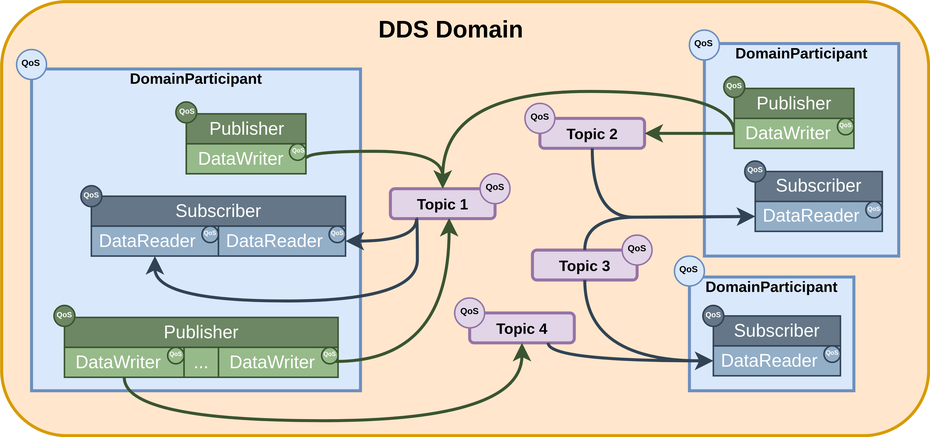
Earlier version of the draw.io export docs/01-figures/fast_dds/getting_started/dds_domain.svg (eProsima/Fast-DDS-docs). Source tidied: cells renumbered, new cells last; positions are measured from the earlier drawing's top-left corner, leaving out a move shared by most shapes.
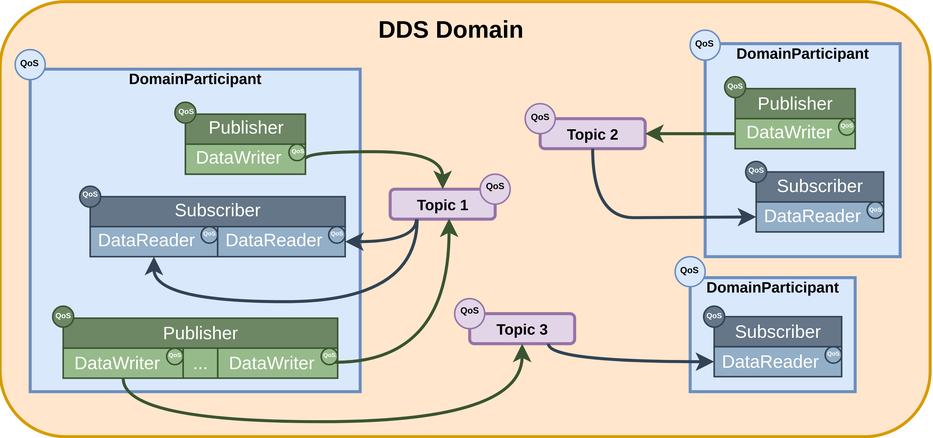
The same diagram one commit later.

Commit message:
Minor changes in Getting Started Section (#1098)

* Removed duplicated cmake command and added reminder of updating LD_LIBRARY_PATH in the getting started Python example


* Updating DDS Domain image to make (writer_or_reader)-topic relation 1 to 1


* Image from previous commit was too small


* Update docs/fastdds/getting_started/simple_python_app/includes/dataType.rst


* Splitting longer lines as requested by CI


* minor fix to pass spell tests


---------

Change to the diagram source:
```diff
@@ -17,12 +17,9 @@
     <mxCell id="6" value="&lt;div style=&quot;font-size: 10px;&quot;&gt;&lt;b style=&quot;font-size: 10px;&quot;&gt;Topic 1&lt;/b&gt;&lt;/div&gt;" style="rounded=1;whiteSpace=wrap;html=1;fillColor=#e1d5e7;strokeColor=#9673a6;strokeWidth=2;fontSize=10;" parent="1" vertex="1">
       <mxGeometry x="260" y="125" width="70" height="20" as="geometry" />
     </mxCell>
-    <mxCell id="7" value="&lt;div style=&quot;font-size: 10px&quot;&gt;&lt;font style=&quot;font-size: 10px&quot;&gt;&lt;b&gt;Topic 4&lt;/b&gt;&lt;/font&gt;&lt;/div&gt;" style="rounded=1;whiteSpace=wrap;html=1;fillColor=#e1d5e7;strokeColor=#9673a6;strokeWidth=2;" parent="1" vertex="1">
+    <mxCell id="7" value="&lt;div style=&quot;font-size: 10px&quot;&gt;&lt;font style=&quot;font-size: 10px&quot;&gt;&lt;b&gt;Topic 3&lt;/b&gt;&lt;/font&gt;&lt;/div&gt;" style="rounded=1;whiteSpace=wrap;html=1;fillColor=#e1d5e7;strokeColor=#9673a6;strokeWidth=2;" parent="1" vertex="1">
       <mxGeometry x="313" y="208" width="70" height="20" as="geometry" />
     </mxCell>
-    <mxCell id="8" value="&lt;div style=&quot;font-size: 10px;&quot;&gt;&lt;b style=&quot;font-size: 10px;&quot;&gt;Topic 3&lt;/b&gt;&lt;br style=&quot;font-size: 10px;&quot;&gt;&lt;/div&gt;" style="rounded=1;whiteSpace=wrap;html=1;fillColor=#e1d5e7;strokeColor=#9673a6;strokeWidth=2;fontSize=10;" parent="1" vertex="1">
-      <mxGeometry x="355" y="166" width="70" height="20" as="geometry" />
-    </mxCell>
     <mxCell id="9" value="&lt;div style=&quot;font-size: 10px;&quot;&gt;&lt;b style=&quot;font-size: 10px;&quot;&gt;Topic 2&lt;/b&gt;&lt;/div&gt;" style="rounded=1;whiteSpace=wrap;html=1;fillColor=#e1d5e7;strokeColor=#9673a6;strokeWidth=2;fontSize=10;" parent="1" vertex="1">
       <mxGeometry x="360" y="78" width="70" height="20" as="geometry" />
     </mxCell>
@@ -48,32 +45,9 @@
         </Array>
       </mxGeometry>
     </mxCell>
-    <mxCell id="13" style="edgeStyle=orthogonalEdgeStyle;rounded=0;jettySize=auto;html=1;exitX=0.5;exitY=1;exitDx=0;exitDy=0;entryX=0;entryY=0.5;entryDx=0;entryDy=0;startArrow=none;startFill=0;endArrow=classic;endFill=1;strokeColor=#314354;curved=1;strokeWidth=2;" parent="1" edge="1" source="8" target="64">
-      <mxGeometry relative="1" as="geometry">
-        <Array as="points">
-          <mxPoint x="390" y="240" />
-        </Array>
-      </mxGeometry>
-    </mxCell>
-    <mxCell id="14" style="edgeStyle=orthogonalEdgeStyle;rounded=0;jettySize=auto;html=1;exitX=0;exitY=0.5;exitDx=0;exitDy=0;entryX=0.5;entryY=0;entryDx=0;entryDy=0;startArrow=none;startFill=0;endArrow=classic;endFill=1;strokeColor=#3A5431;curved=1;strokeWidth=2;" parent="1" edge="1" source="57" target="6">
-      <mxGeometry relative="1" as="geometry">
-        <Array as="points">
-          <mxPoint x="490" y="60" />
-          <mxPoint x="295" y="60" />
-        </Array>
-      </mxGeometry>
-    </mxCell>
     <mxCell id="15" value="&lt;div style=&quot;font-size: 16px&quot;&gt;&lt;b&gt;DDS Domain&lt;/b&gt;&lt;/div&gt;" style="text;html=1;align=center;verticalAlign=middle;" parent="1" vertex="1">
       <mxGeometry x="245" y="8" width="110" height="20" as="geometry" />
     </mxCell>
-    <mxCell id="16" style="edgeStyle=orthogonalEdgeStyle;curved=1;rounded=0;jettySize=auto;html=1;exitX=0.5;exitY=0;exitDx=0;exitDy=0;entryX=0;entryY=0.5;entryDx=0;entryDy=0;startArrow=none;startFill=0;endArrow=classic;endFill=1;strokeColor=#314354;strokeWidth=2;" parent="1" edge="1" source="8" target="60">
-      <mxGeometry relative="1" as="geometry">
-        <Array as="points">
-          <mxPoint x="390" y="144" />
-          <mxPoint x="460" y="144" />
-        </Array>
-      </mxGeometry>
-    </mxCell>
     <mxCell id="17" style="edgeStyle=orthogonalEdgeStyle;curved=1;rounded=0;jettySize=auto;html=1;exitX=1;exitY=0.5;exitDx=0;exitDy=0;entryX=0.5;entryY=0;entryDx=0;entryDy=0;startArrow=none;startFill=0;endArrow=classic;endFill=1;strokeColor=#3A5431;strokeWidth=2;" parent="1" edge="1" source="50" target="6">
       <mxGeometry relative="1" as="geometry">
         <Array as="points">
@@ -153,9 +127,6 @@
     <mxCell id="37" value="&lt;font style=&quot;font-size: 6px;&quot;&gt;QoS&lt;/font&gt;" style="ellipse;whiteSpace=wrap;html=1;labelBackgroundColor=none;strokeColor=#9673a6;fillColor=#e1d5e7;fontSize=6;spacingBottom=3;fontStyle=1;" parent="1" vertex="1">
       <mxGeometry x="350" y="68" width="20" height="20" as="geometry" />
     </mxCell>
-    <mxCell id="38" value="&lt;font style=&quot;font-size: 6px;&quot;&gt;QoS&lt;/font&gt;" style="ellipse;whiteSpace=wrap;html=1;labelBackgroundColor=none;strokeColor=#9673a6;fillColor=#e1d5e7;fontSize=6;spacingBottom=3;fontStyle=1;" parent="1" vertex="1">
-      <mxGeometry x="415" y="156" width="20" height="20" as="geometry" />
-    </mxCell>
     <mxCell id="39" value="&lt;font style=&quot;font-size: 6px;&quot;&gt;QoS&lt;/font&gt;" style="ellipse;whiteSpace=wrap;html=1;labelBackgroundColor=none;strokeColor=#9673a6;fillColor=#e1d5e7;fontSize=6;spacingBottom=3;fontStyle=1;" parent="1" vertex="1">
       <mxGeometry x="303" y="198" width="20" height="20" as="geometry" />
     </mxCell>
```
